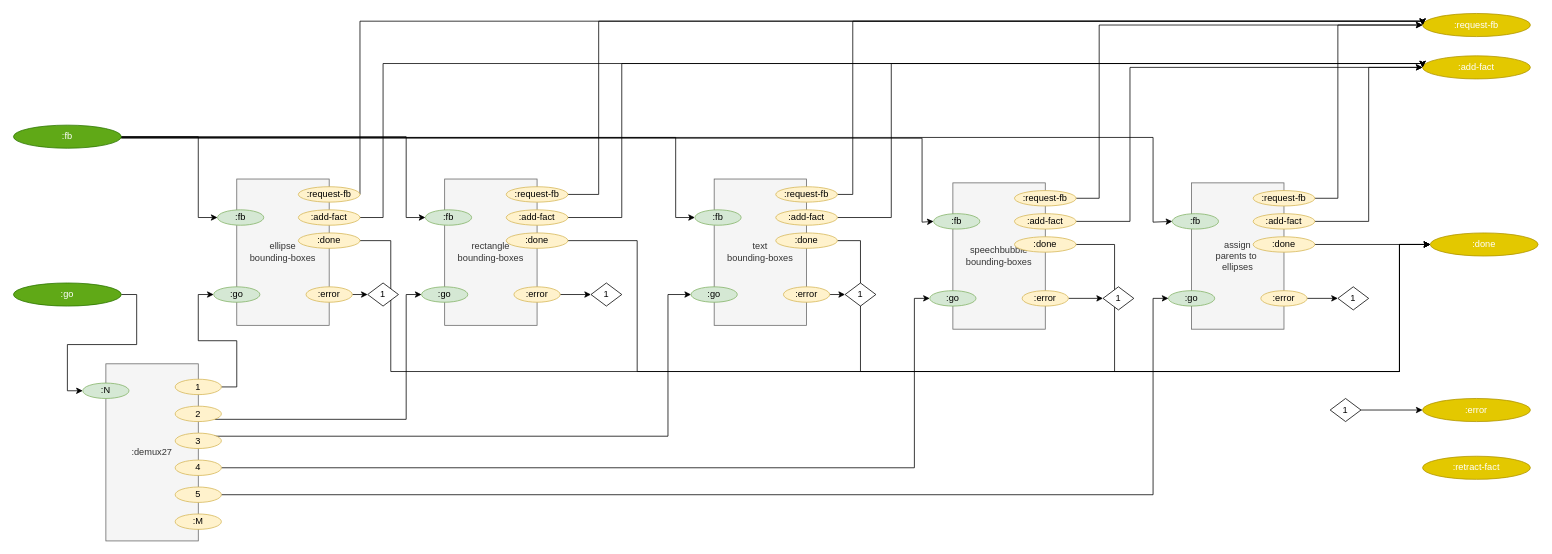
Above: page "Passes" (10 of 10) of svg/cl-compiler/doc/compiler-test-bed.drawio in bmfbp/bmfbp (draw.io), before the change. Source tidied: cells renumbered, new cells numbered last; positions are measured from the earlier drawing's top-left corner, leaving out a move shared by most shapes. Both pictures are drawn from the tidied source at 77%, with x=0, y=0 at pixel (13, 13).
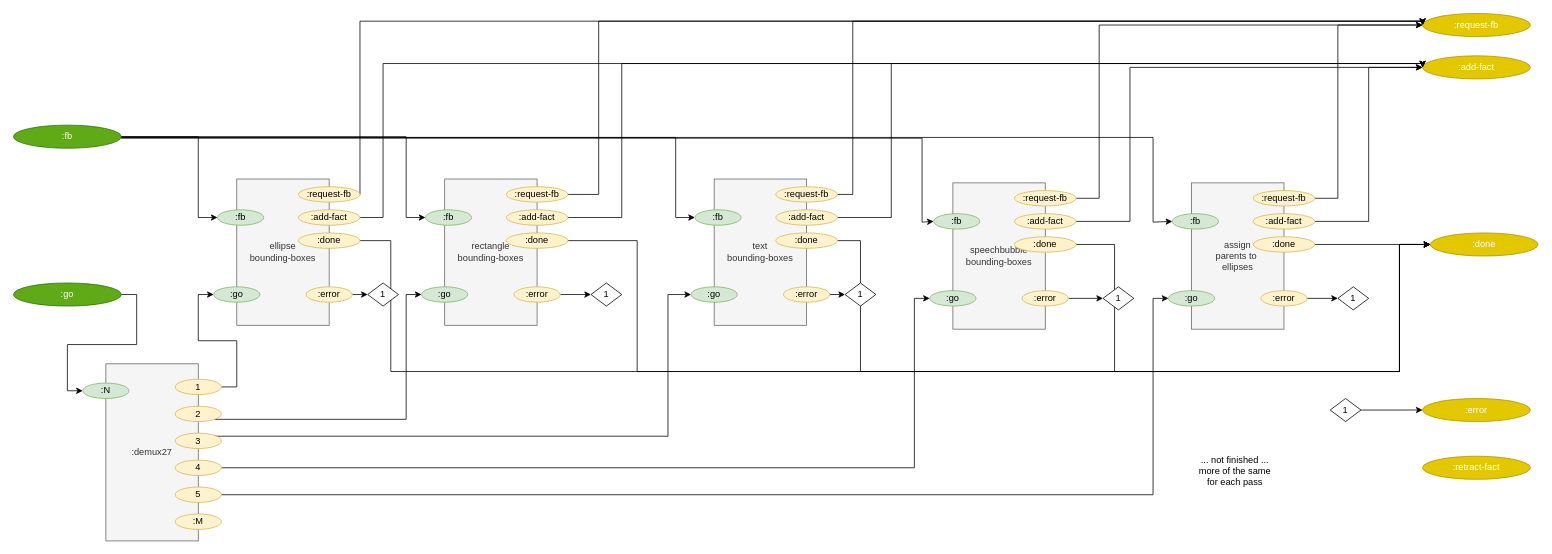
Above is the later version.

Change to the diagram source:
```diff
@@
+    <mxCell id="90" value="... not finished ...&lt;br&gt;more of the same&lt;br&gt;for each pass" style="text;html=1;align=center;verticalAlign=middle;" parent="1" vertex="1">
+      <mxGeometry x="1531" y="569" width="110" height="50" as="geometry" />
+    </mxCell>
```
